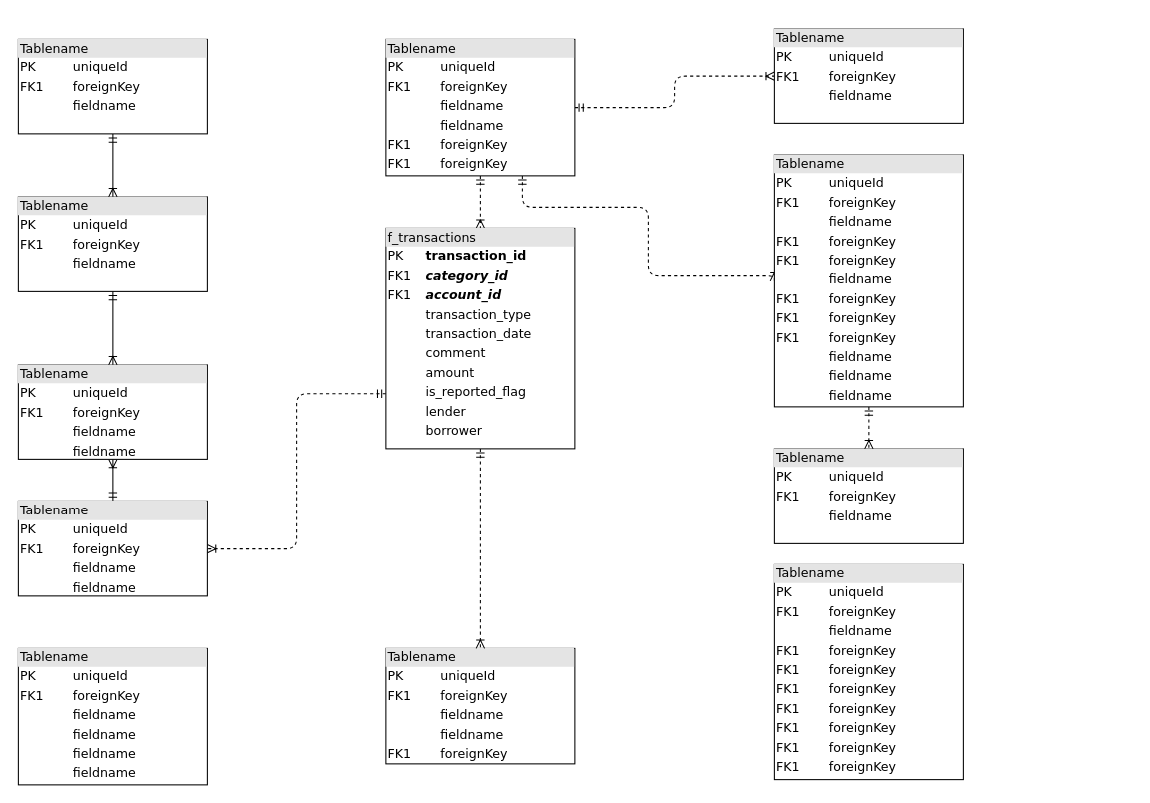
kimgiao1202/my-monmon keeps this draw.io diagram as Untitled Diagram.drawio. Above is the earlier version. Source tidied: cells renumbered, new cells numbered last; positions are measured from the earlier drawing's top-left corner, leaving out a move shared by most shapes. Both pictures are drawn from the tidied source at 105%, with x=0, y=0 at pixel (18, 28).
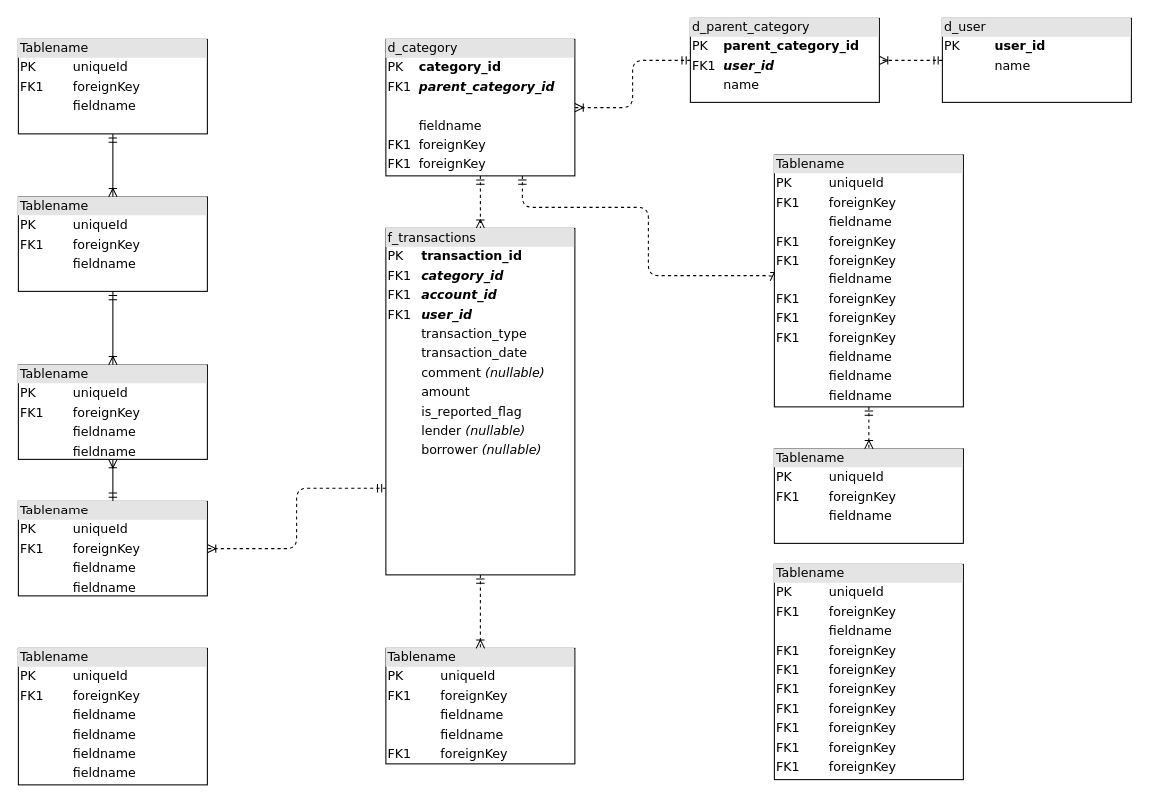
The same page after the edit.

The edit, as a diff of the source:
```diff
@@
-    <mxCell id="5" style="edgeStyle=orthogonalEdgeStyle;html=1;dashed=1;labelBackgroundColor=none;startArrow=ERmandOne;endArrow=ERoneToMany;fontFamily=Verdana;fontSize=12;align=left;" parent="1" edge="1" source="6" target="20">
-      <mxGeometry relative="1" as="geometry" />
-    </mxCell>
-    <mxCell id="6" value="&lt;div style=&quot;box-sizing: border-box ; width: 100% ; background: #e4e4e4 ; padding: 2px&quot;&gt;Tablename&lt;/div&gt;&lt;table style=&quot;width: 100% ; font-size: 1em&quot; cellpadding=&quot;2&quot; cellspacing=&quot;0&quot;&gt;&lt;tbody&gt;&lt;tr&gt;&lt;td&gt;PK&lt;/td&gt;&lt;td&gt;uniqueId&lt;/td&gt;&lt;/tr&gt;&lt;tr&gt;&lt;td&gt;FK1&lt;/td&gt;&lt;td&gt;foreignKey&lt;/td&gt;&lt;/tr&gt;&lt;tr&gt;&lt;td&gt;&lt;/td&gt;&lt;td&gt;fieldname&lt;/td&gt;&lt;/tr&gt;&lt;tr&gt;&lt;td&gt;&lt;br&gt;&lt;/td&gt;&lt;td&gt;fieldname&lt;br&gt;&lt;/td&gt;&lt;/tr&gt;&lt;tr&gt;&lt;td&gt;FK1&lt;br&gt;&lt;/td&gt;&lt;td&gt;foreignKey&lt;br&gt;&lt;/td&gt;&lt;/tr&gt;&lt;tr&gt;&lt;td&gt;FK1&lt;br&gt;&lt;/td&gt;&lt;td&gt;foreignKey&lt;br&gt;&lt;/td&gt;&lt;/tr&gt;&lt;/tbody&gt;&lt;/table&gt;" style="verticalAlign=top;align=left;overflow=fill;html=1;rounded=0;shadow=0;comic=0;labelBackgroundColor=none;strokeWidth=1;fontFamily=Verdana;fontSize=12;" parent="1" vertex="1">
+    <mxCell id="6" value="&lt;div style=&quot;box-sizing: border-box; width: 100%; background: rgb(228, 228, 228); padding: 2px;&quot;&gt;d_category&lt;/div&gt;&lt;table style=&quot;width: 100% ; font-size: 1em&quot; cellpadding=&quot;2&quot; cellspacing=&quot;0&quot;&gt;&lt;tbody&gt;&lt;tr&gt;&lt;td&gt;PK&lt;/td&gt;&lt;td&gt;&lt;b&gt;category_id&lt;/b&gt;&lt;/td&gt;&lt;/tr&gt;&lt;tr&gt;&lt;td&gt;FK1&lt;/td&gt;&lt;td&gt;&lt;b&gt;&lt;i&gt;parent_category_id&lt;/i&gt;&lt;/b&gt;&lt;/td&gt;&lt;/tr&gt;&lt;tr&gt;&lt;td&gt;&lt;/td&gt;&lt;td&gt;&lt;br&gt;&lt;/td&gt;&lt;/tr&gt;&lt;tr&gt;&lt;td&gt;&lt;br&gt;&lt;/td&gt;&lt;td&gt;fieldname&lt;br&gt;&lt;/td&gt;&lt;/tr&gt;&lt;tr&gt;&lt;td&gt;FK1&lt;br&gt;&lt;/td&gt;&lt;td&gt;foreignKey&lt;br&gt;&lt;/td&gt;&lt;/tr&gt;&lt;tr&gt;&lt;td&gt;FK1&lt;br&gt;&lt;/td&gt;&lt;td&gt;foreignKey&lt;br&gt;&lt;/td&gt;&lt;/tr&gt;&lt;/tbody&gt;&lt;/table&gt;" style="verticalAlign=top;align=left;overflow=fill;html=1;rounded=0;shadow=0;comic=0;labelBackgroundColor=none;strokeWidth=1;fontFamily=Verdana;fontSize=12;" parent="1" vertex="1">
       <mxGeometry x="350" y="10" width="180" height="130" as="geometry" />
     </mxCell>
@@
-    <mxCell id="16" value="&lt;div style=&quot;box-sizing: border-box; width: 100%; background: rgb(228, 228, 228); padding: 2px;&quot;&gt;f_transactions&lt;/div&gt;&lt;table style=&quot;width: 100% ; font-size: 1em&quot; cellpadding=&quot;2&quot; cellspacing=&quot;0&quot;&gt;&lt;tbody&gt;&lt;tr&gt;&lt;td&gt;PK&lt;/td&gt;&lt;td&gt;&lt;b&gt;transaction_id&lt;/b&gt;&lt;/td&gt;&lt;/tr&gt;&lt;tr&gt;&lt;td&gt;FK1&lt;/td&gt;&lt;td&gt;&lt;b&gt;&lt;i&gt;category_id&lt;/i&gt;&lt;/b&gt;&lt;/td&gt;&lt;/tr&gt;&lt;tr&gt;&lt;td&gt;FK1&lt;/td&gt;&lt;td&gt;&lt;b&gt;&lt;i&gt;account_id&lt;/i&gt;&lt;/b&gt;&lt;/td&gt;&lt;/tr&gt;&lt;tr&gt;&lt;td&gt;&lt;br&gt;&lt;/td&gt;&lt;td&gt;transaction_type&lt;br&gt;&lt;/td&gt;&lt;/tr&gt;&lt;tr&gt;&lt;td&gt;&lt;br&gt;&lt;/td&gt;&lt;td&gt;transaction_date&lt;/td&gt;&lt;/tr&gt;&lt;tr&gt;&lt;td&gt;&lt;br&gt;&lt;/td&gt;&lt;td&gt;comment&lt;br&gt;&lt;/td&gt;&lt;/tr&gt;&lt;tr&gt;&lt;td&gt;&lt;br&gt;&lt;/td&gt;&lt;td&gt;amount&lt;br&gt;&lt;/td&gt;&lt;/tr&gt;&lt;tr&gt;&lt;td&gt;&lt;br&gt;&lt;/td&gt;&lt;td&gt;is_reported_flag&lt;br&gt;&lt;/td&gt;&lt;/tr&gt;&lt;tr&gt;&lt;td&gt;&lt;br&gt;&lt;/td&gt;&lt;td&gt;lender&lt;br&gt;&lt;/td&gt;&lt;/tr&gt;&lt;tr&gt;&lt;td&gt;&lt;br&gt;&lt;/td&gt;&lt;td&gt;borrower&lt;br&gt;&lt;/td&gt;&lt;/tr&gt;&lt;tr&gt;&lt;td&gt;&lt;br&gt;&lt;/td&gt;&lt;td&gt;&lt;br&gt;&lt;/td&gt;&lt;/tr&gt;&lt;tr&gt;&lt;td&gt;&lt;br&gt;&lt;/td&gt;&lt;td&gt;&lt;/td&gt;&lt;/tr&gt;&lt;tr&gt;&lt;td&gt;&lt;br&gt;&lt;/td&gt;&lt;td&gt;&lt;br&gt;&lt;/td&gt;&lt;/tr&gt;&lt;tr&gt;&lt;td&gt;&lt;br&gt;&lt;/td&gt;&lt;td&gt;&lt;br&gt;&lt;/td&gt;&lt;/tr&gt;&lt;tr&gt;&lt;td&gt;&lt;br&gt;&lt;/td&gt;&lt;td&gt;&lt;br&gt;&lt;/td&gt;&lt;/tr&gt;&lt;tr&gt;&lt;td&gt;&lt;br&gt;&lt;/td&gt;&lt;td&gt;&lt;br&gt;&lt;/td&gt;&lt;/tr&gt;&lt;tr&gt;&lt;td&gt;&lt;br&gt;&lt;/td&gt;&lt;td&gt;&lt;br&gt;&lt;/td&gt;&lt;/tr&gt;&lt;/tbody&gt;&lt;/table&gt;" style="verticalAlign=top;align=left;overflow=fill;html=1;rounded=0;shadow=0;comic=0;labelBackgroundColor=none;strokeWidth=1;fontFamily=Verdana;fontSize=12;" parent="1" vertex="1">
-      <mxGeometry x="350" y="190" width="180" height="210" as="geometry" />
+    <mxCell id="16" value="&lt;div style=&quot;box-sizing: border-box; width: 100%; background: rgb(228, 228, 228); padding: 2px;&quot;&gt;f_transactions&lt;/div&gt;&lt;table style=&quot;width: 100% ; font-size: 1em&quot; cellpadding=&quot;2&quot; cellspacing=&quot;0&quot;&gt;&lt;tbody&gt;&lt;tr&gt;&lt;td&gt;PK&lt;/td&gt;&lt;td&gt;&lt;b&gt;transaction_id&lt;/b&gt;&lt;/td&gt;&lt;/tr&gt;&lt;tr&gt;&lt;td&gt;FK1&lt;/td&gt;&lt;td&gt;&lt;b&gt;&lt;i&gt;category_id&lt;/i&gt;&lt;/b&gt;&lt;/td&gt;&lt;/tr&gt;&lt;tr&gt;&lt;td&gt;FK1&lt;/td&gt;&lt;td&gt;&lt;b&gt;&lt;i&gt;account_id&lt;/i&gt;&lt;/b&gt;&lt;/td&gt;&lt;/tr&gt;&lt;tr&gt;&lt;td&gt;FK1&lt;/td&gt;&lt;td&gt;&lt;b&gt;&lt;i&gt;user_id&lt;/i&gt;&lt;/b&gt;&lt;/td&gt;&lt;/tr&gt;&lt;tr&gt;&lt;td&gt;&lt;br&gt;&lt;/td&gt;&lt;td&gt;transaction_type&lt;br&gt;&lt;/td&gt;&lt;/tr&gt;&lt;tr&gt;&lt;td&gt;&lt;br&gt;&lt;/td&gt;&lt;td&gt;transaction_date&lt;/td&gt;&lt;/tr&gt;&lt;tr&gt;&lt;td&gt;&lt;br&gt;&lt;/td&gt;&lt;td&gt;comment &lt;i&gt;(nullable)&lt;/i&gt;&lt;br&gt;&lt;/td&gt;&lt;/tr&gt;&lt;tr&gt;&lt;td&gt;&lt;br&gt;&lt;/td&gt;&lt;td&gt;amount&lt;br&gt;&lt;/td&gt;&lt;/tr&gt;&lt;tr&gt;&lt;td&gt;&lt;br&gt;&lt;/td&gt;&lt;td&gt;is_reported_flag&lt;br&gt;&lt;/td&gt;&lt;/tr&gt;&lt;tr&gt;&lt;td&gt;&lt;br&gt;&lt;/td&gt;&lt;td&gt;lender&amp;nbsp;&lt;i&gt;(nullable)&lt;/i&gt;&lt;br&gt;&lt;/td&gt;&lt;/tr&gt;&lt;tr&gt;&lt;td&gt;&lt;br&gt;&lt;/td&gt;&lt;td&gt;borrower&amp;nbsp;&lt;i&gt;(nullable)&lt;/i&gt;&lt;br&gt;&lt;/td&gt;&lt;/tr&gt;&lt;tr&gt;&lt;td&gt;&lt;br&gt;&lt;/td&gt;&lt;td&gt;&lt;br&gt;&lt;/td&gt;&lt;/tr&gt;&lt;tr&gt;&lt;td&gt;&lt;br&gt;&lt;/td&gt;&lt;td&gt;&lt;/td&gt;&lt;/tr&gt;&lt;tr&gt;&lt;td&gt;&lt;br&gt;&lt;/td&gt;&lt;td&gt;&lt;br&gt;&lt;/td&gt;&lt;/tr&gt;&lt;tr&gt;&lt;td&gt;&lt;br&gt;&lt;/td&gt;&lt;td&gt;&lt;br&gt;&lt;/td&gt;&lt;/tr&gt;&lt;tr&gt;&lt;td&gt;&lt;br&gt;&lt;/td&gt;&lt;td&gt;&lt;br&gt;&lt;/td&gt;&lt;/tr&gt;&lt;tr&gt;&lt;td&gt;&lt;br&gt;&lt;/td&gt;&lt;td&gt;&lt;br&gt;&lt;/td&gt;&lt;/tr&gt;&lt;tr&gt;&lt;td&gt;&lt;br&gt;&lt;/td&gt;&lt;td&gt;&lt;br&gt;&lt;/td&gt;&lt;/tr&gt;&lt;/tbody&gt;&lt;/table&gt;" style="verticalAlign=top;align=left;overflow=fill;html=1;rounded=0;shadow=0;comic=0;labelBackgroundColor=none;strokeWidth=1;fontFamily=Verdana;fontSize=12;" parent="1" vertex="1">
+      <mxGeometry x="350" y="190" width="180" height="330" as="geometry" />
     </mxCell>
@@
-    <mxCell id="20" value="&lt;div style=&quot;box-sizing:border-box;width:100%;background:#e4e4e4;padding:2px;&quot;&gt;Tablename&lt;/div&gt;&lt;table style=&quot;width:100%;font-size:1em;&quot; cellpadding=&quot;2&quot; cellspacing=&quot;0&quot;&gt;&lt;tr&gt;&lt;td&gt;PK&lt;/td&gt;&lt;td&gt;uniqueId&lt;/td&gt;&lt;/tr&gt;&lt;tr&gt;&lt;td&gt;FK1&lt;/td&gt;&lt;td&gt;foreignKey&lt;/td&gt;&lt;/tr&gt;&lt;tr&gt;&lt;td&gt;&lt;/td&gt;&lt;td&gt;fieldname&lt;/td&gt;&lt;/tr&gt;&lt;/table&gt;" style="verticalAlign=top;align=left;overflow=fill;html=1;rounded=0;shadow=0;comic=0;labelBackgroundColor=none;strokeWidth=1;fontFamily=Verdana;fontSize=12;" parent="1" vertex="1">
-      <mxGeometry x="720" width="180" height="90" as="geometry" />
-    </mxCell>
@@
+    <mxCell id="23" style="edgeStyle=orthogonalEdgeStyle;rounded=1;jettySize=auto;html=1;dashed=1;strokeColor=default;align=left;verticalAlign=middle;fontFamily=Verdana;fontSize=12;fontColor=default;labelBackgroundColor=none;startArrow=ERmandOne;endArrow=ERoneToMany;" parent="1" edge="1" source="24" target="6">
+      <mxGeometry relative="1" as="geometry" />
+    </mxCell>
+    <mxCell id="24" value="&lt;div style=&quot;box-sizing: border-box; width: 100%; background: rgb(228, 228, 228); padding: 2px;&quot;&gt;d_parent_category&lt;/div&gt;&lt;table style=&quot;width: 100% ; font-size: 1em&quot; cellpadding=&quot;2&quot; cellspacing=&quot;0&quot;&gt;&lt;tbody&gt;&lt;tr&gt;&lt;td&gt;PK&lt;/td&gt;&lt;td&gt;&lt;b&gt;parent_category_id&lt;/b&gt;&lt;/td&gt;&lt;/tr&gt;&lt;tr&gt;&lt;td&gt;FK1&lt;/td&gt;&lt;td&gt;&lt;b&gt;&lt;i&gt;user_id&lt;/i&gt;&lt;/b&gt;&lt;/td&gt;&lt;/tr&gt;&lt;tr&gt;&lt;td&gt;&lt;/td&gt;&lt;td&gt;name&lt;/td&gt;&lt;/tr&gt;&lt;tr&gt;&lt;td&gt;&lt;br&gt;&lt;/td&gt;&lt;td&gt;&lt;br&gt;&lt;/td&gt;&lt;/tr&gt;&lt;tr&gt;&lt;td&gt;&lt;br&gt;&lt;/td&gt;&lt;td&gt;&lt;br&gt;&lt;/td&gt;&lt;/tr&gt;&lt;tr&gt;&lt;td&gt;&lt;br&gt;&lt;/td&gt;&lt;td&gt;&lt;br&gt;&lt;/td&gt;&lt;/tr&gt;&lt;/tbody&gt;&lt;/table&gt;" style="verticalAlign=top;align=left;overflow=fill;html=1;rounded=0;shadow=0;comic=0;labelBackgroundColor=none;strokeWidth=1;fontFamily=Verdana;fontSize=12;" parent="1" vertex="1">
+      <mxGeometry x="640" y="-10" width="180" height="80" as="geometry" />
+    </mxCell>
+    <mxCell id="25" style="edgeStyle=orthogonalEdgeStyle;rounded=1;jettySize=auto;html=1;exitX=0;exitY=0.5;exitDx=0;exitDy=0;entryX=1;entryY=0.5;entryDx=0;entryDy=0;dashed=1;strokeColor=default;align=left;verticalAlign=middle;fontFamily=Verdana;fontSize=12;fontColor=default;labelBackgroundColor=none;startArrow=ERmandOne;endArrow=ERoneToMany;" parent="1" edge="1" source="26" target="24">
+      <mxGeometry relative="1" as="geometry" />
+    </mxCell>
+    <mxCell id="26" value="&lt;div style=&quot;box-sizing: border-box; width: 100%; background: rgb(228, 228, 228); padding: 2px;&quot;&gt;d_user&lt;/div&gt;&lt;table style=&quot;width: 100% ; font-size: 1em&quot; cellpadding=&quot;2&quot; cellspacing=&quot;0&quot;&gt;&lt;tbody&gt;&lt;tr&gt;&lt;td&gt;PK&lt;/td&gt;&lt;td&gt;&lt;b&gt;user_id&lt;/b&gt;&lt;/td&gt;&lt;/tr&gt;&lt;tr&gt;&lt;td&gt;&lt;br&gt;&lt;/td&gt;&lt;td&gt;name&lt;/td&gt;&lt;/tr&gt;&lt;tr&gt;&lt;td&gt;&lt;/td&gt;&lt;td&gt;&lt;br&gt;&lt;/td&gt;&lt;/tr&gt;&lt;tr&gt;&lt;td&gt;&lt;br&gt;&lt;/td&gt;&lt;td&gt;&lt;br&gt;&lt;/td&gt;&lt;/tr&gt;&lt;tr&gt;&lt;td&gt;&lt;br&gt;&lt;/td&gt;&lt;td&gt;&lt;br&gt;&lt;/td&gt;&lt;/tr&gt;&lt;tr&gt;&lt;td&gt;&lt;br&gt;&lt;/td&gt;&lt;td&gt;&lt;br&gt;&lt;/td&gt;&lt;/tr&gt;&lt;/tbody&gt;&lt;/table&gt;" style="verticalAlign=top;align=left;overflow=fill;html=1;rounded=0;shadow=0;comic=0;labelBackgroundColor=none;strokeWidth=1;fontFamily=Verdana;fontSize=12;" parent="1" vertex="1">
+      <mxGeometry x="880" y="-10" width="180" height="80" as="geometry" />
+    </mxCell>
```
